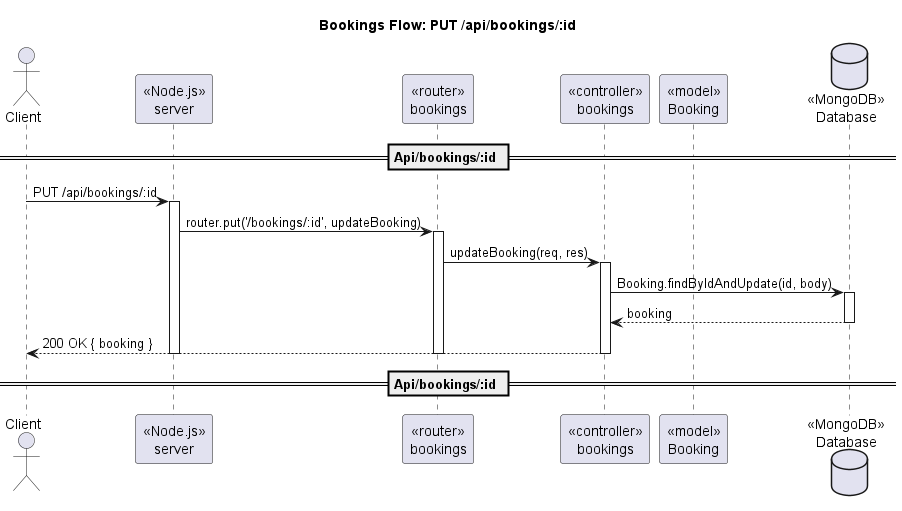
This is out/docs/diagram/sequence/seq_bookings_id_put.png from 098ff/ArtmaybeDEV, a PlantUML export, as it was before one commit.
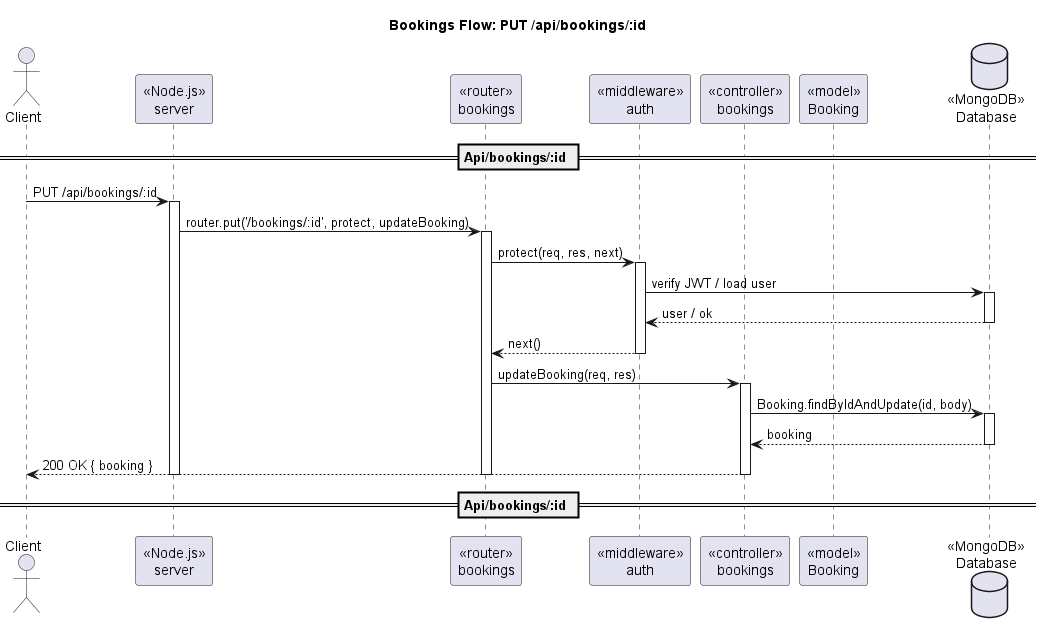
After the commit.

The edit, as a diff of the source:
```diff
@@ -3,6 +3,7 @@
 actor Client
 participant "«Node.js»\nserver" as Server
 participant "«router»\nbookings" as Router
+participant "«middleware»\nauth" as AuthMW
 participant "«controller»\nbookings" as Ctrl
 participant "«model»\nBooking" as BookingModel
 database "«MongoDB»\nDatabase" as DB
@@ -10,8 +11,16 @@
 == Api/bookings/:id ==
 Client -> Server : PUT /api/bookings/:id
 activate Server
-Server -> Router : router.put('/bookings/:id', updateBooking)
+Server -> Router : router.put('/bookings/:id', protect, updateBooking)
 activate Router
+Router -> AuthMW : protect(req, res, next)
+activate AuthMW
+AuthMW -> DB : verify JWT / load user
+activate DB
+DB --> AuthMW : user / ok
+deactivate DB
+AuthMW --> Router : next()
+deactivate AuthMW
 Router -> Ctrl : updateBooking(req, res)
 activate Ctrl
 Ctrl -> DB : Booking.findByIdAndUpdate(id, body)
```
